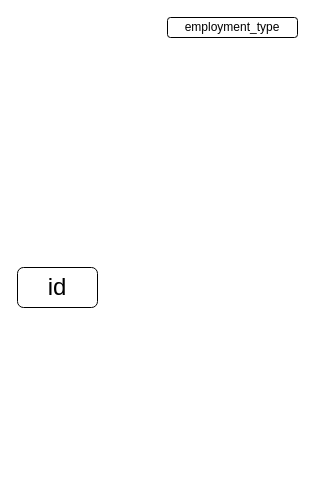
Before: Untitled Diagram.drawio in Racso777/project2_mongo, a draw.io diagram. Source tidied: cells renumbered, new cells numbered last; positions are measured from the earlier drawing's top-left corner, leaving out a move shared by most shapes. Both pictures are drawn from the tidied source at 100%, with x=0, y=0 at pixel (17, 17).
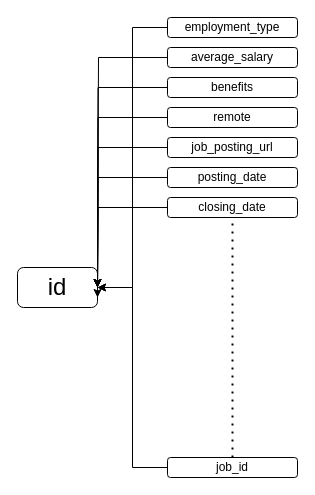
After the change.

The change refers to these unchanged cells:
```xml
<mxCell id="2" value="&lt;font style=&quot;font-size: 12px;&quot;&gt;employment_type&lt;/font&gt;" style="rounded=1;whiteSpace=wrap;html=1;" parent="1" vertex="1">
  <mxGeometry x="150" width="130" height="20" as="geometry" />
</mxCell>
<mxCell id="3" value="&lt;font style=&quot;font-size: 24px;&quot;&gt;id&lt;/font&gt;" style="rounded=1;whiteSpace=wrap;html=1;" parent="1" vertex="1">
  <mxGeometry y="250" width="80" height="40" as="geometry" />
</mxCell>
```

Change to the diagram source:
```diff
@@
+    <mxCell id="4" style="edgeStyle=orthogonalEdgeStyle;rounded=0;jettySize=auto;html=1;entryX=1;entryY=0.5;entryDx=0;entryDy=0;" parent="1" edge="1" source="2" target="3">
+      <mxGeometry relative="1" as="geometry" />
+    </mxCell>
@@
+    <mxCell id="5" style="edgeStyle=orthogonalEdgeStyle;rounded=0;jettySize=auto;html=1;" parent="1" edge="1" source="6">
+      <mxGeometry relative="1" as="geometry">
+        <mxPoint x="80" y="270" as="targetPoint" />
+        <Array as="points">
+          <mxPoint x="81" y="40" />
+        </Array>
+      </mxGeometry>
+    </mxCell>
+    <mxCell id="6" value="&lt;font style=&quot;font-size: 12px;&quot;&gt;average_salary&lt;/font&gt;" style="rounded=1;whiteSpace=wrap;html=1;" parent="1" vertex="1">
+      <mxGeometry x="150" y="30" width="130" height="20" as="geometry" />
+    </mxCell>
+    <mxCell id="7" style="edgeStyle=orthogonalEdgeStyle;rounded=0;jettySize=auto;html=1;" parent="1" edge="1" source="8">
+      <mxGeometry relative="1" as="geometry">
+        <mxPoint x="80" y="270" as="targetPoint" />
+      </mxGeometry>
+    </mxCell>
+    <mxCell id="8" value="&lt;font style=&quot;font-size: 12px;&quot;&gt;benefits&lt;/font&gt;" style="rounded=1;whiteSpace=wrap;html=1;" parent="1" vertex="1">
+      <mxGeometry x="150" y="60" width="130" height="20" as="geometry" />
+    </mxCell>
+    <mxCell id="9" style="edgeStyle=orthogonalEdgeStyle;rounded=0;jettySize=auto;html=1;" parent="1" edge="1" source="10">
+      <mxGeometry relative="1" as="geometry">
+        <mxPoint x="80" y="280" as="targetPoint" />
+      </mxGeometry>
+    </mxCell>
+    <mxCell id="10" value="&lt;font style=&quot;font-size: 12px;&quot;&gt;remote&lt;/font&gt;" style="rounded=1;whiteSpace=wrap;html=1;" parent="1" vertex="1">
+      <mxGeometry x="150" y="90" width="130" height="20" as="geometry" />
+    </mxCell>
+    <mxCell id="11" style="edgeStyle=orthogonalEdgeStyle;rounded=0;jettySize=auto;html=1;" parent="1" edge="1" source="12">
+      <mxGeometry relative="1" as="geometry">
+        <mxPoint x="80" y="270" as="targetPoint" />
+      </mxGeometry>
+    </mxCell>
+    <mxCell id="12" value="&lt;font style=&quot;font-size: 12px;&quot;&gt;job_posting_url&lt;/font&gt;" style="rounded=1;whiteSpace=wrap;html=1;" parent="1" vertex="1">
+      <mxGeometry x="150" y="120" width="130" height="20" as="geometry" />
+    </mxCell>
+    <mxCell id="13" style="edgeStyle=orthogonalEdgeStyle;rounded=0;jettySize=auto;html=1;" parent="1" edge="1" source="14">
+      <mxGeometry relative="1" as="geometry">
+        <mxPoint x="80" y="270" as="targetPoint" />
+      </mxGeometry>
+    </mxCell>
+    <mxCell id="14" value="&lt;font style=&quot;font-size: 12px;&quot;&gt;posting_date&lt;/font&gt;" style="rounded=1;whiteSpace=wrap;html=1;" parent="1" vertex="1">
+      <mxGeometry x="150" y="150" width="130" height="20" as="geometry" />
+    </mxCell>
+    <mxCell id="15" style="edgeStyle=orthogonalEdgeStyle;rounded=0;jettySize=auto;html=1;" parent="1" edge="1" source="16">
+      <mxGeometry relative="1" as="geometry">
+        <mxPoint x="80" y="270" as="targetPoint" />
+      </mxGeometry>
+    </mxCell>
+    <mxCell id="16" value="&lt;font style=&quot;font-size: 12px;&quot;&gt;closing_date&lt;/font&gt;" style="rounded=1;whiteSpace=wrap;html=1;" parent="1" vertex="1">
+      <mxGeometry x="150" y="180" width="130" height="20" as="geometry" />
+    </mxCell>
+    <mxCell id="17" style="edgeStyle=orthogonalEdgeStyle;rounded=0;jettySize=auto;html=1;entryX=1;entryY=0.5;entryDx=0;entryDy=0;" parent="1" edge="1" source="18" target="3">
+      <mxGeometry relative="1" as="geometry" />
+    </mxCell>
+    <mxCell id="18" value="&lt;font style=&quot;font-size: 12px;&quot;&gt;job_id&lt;/font&gt;" style="rounded=1;whiteSpace=wrap;html=1;" parent="1" vertex="1">
+      <mxGeometry x="150" y="440" width="130" height="20" as="geometry" />
+    </mxCell>
+    <mxCell id="19" style="endArrow=none;dashed=1;html=1;dashPattern=1 3;strokeWidth=2;rounded=0;exitX=0.5;exitY=0;exitDx=0;exitDy=0;entryX=0.5;entryY=1;entryDx=0;entryDy=0;" parent="1" edge="1" source="18" target="16">
+      <mxGeometry relative="1" as="geometry" />
+    </mxCell>
```
